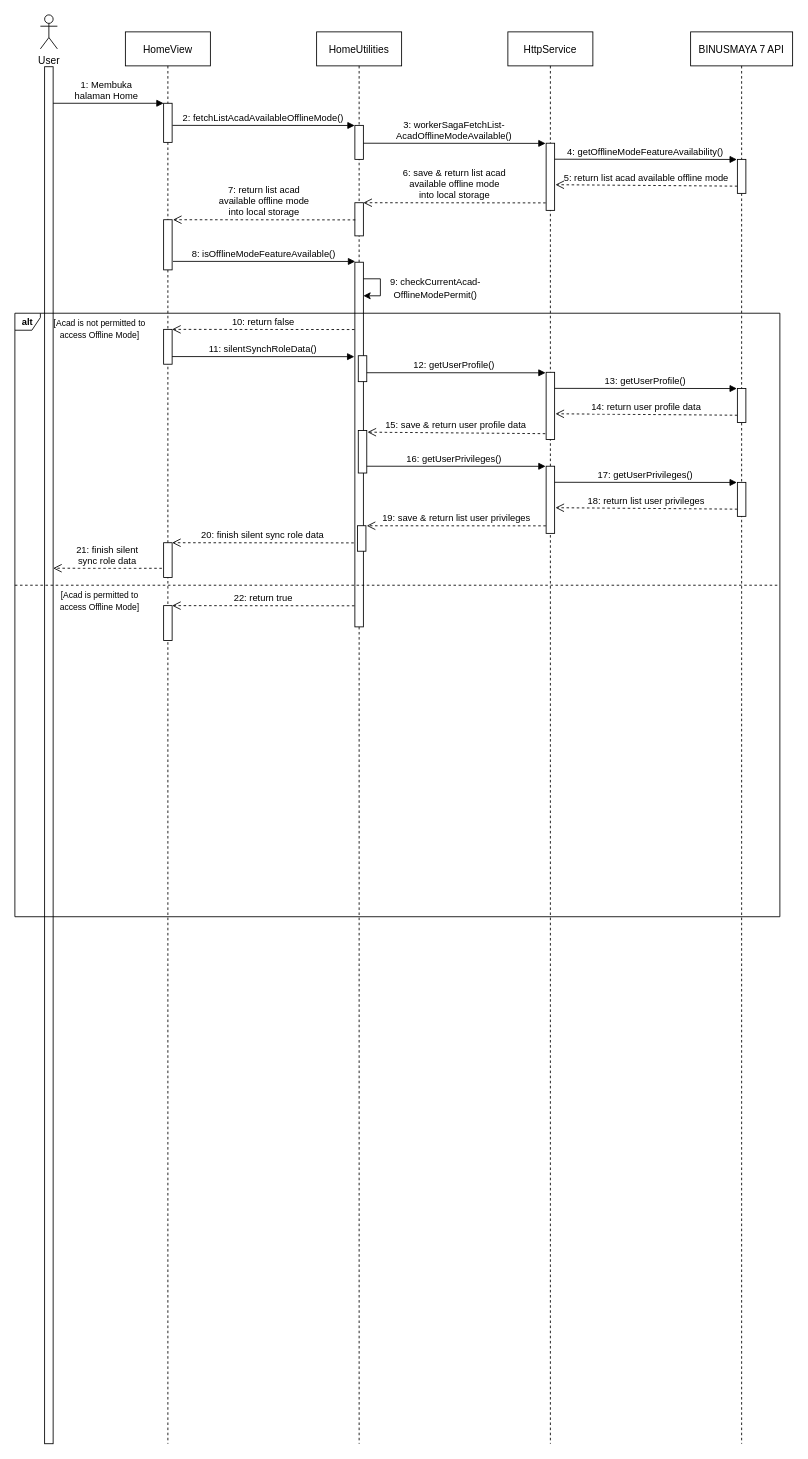
Earlier version of the draw.io diagram diagrams/sinkronisasi_data/Sequence Diagram.drawio (angeliawidjaja/offline-mode-paper). Source tidied: cells renumbered, new cells numbered last; positions are measured from the earlier drawing's top-left corner, leaving out a move shared by most shapes. Both pictures are drawn from the tidied source at 85%, with x=0, y=0 at pixel (14, 14).
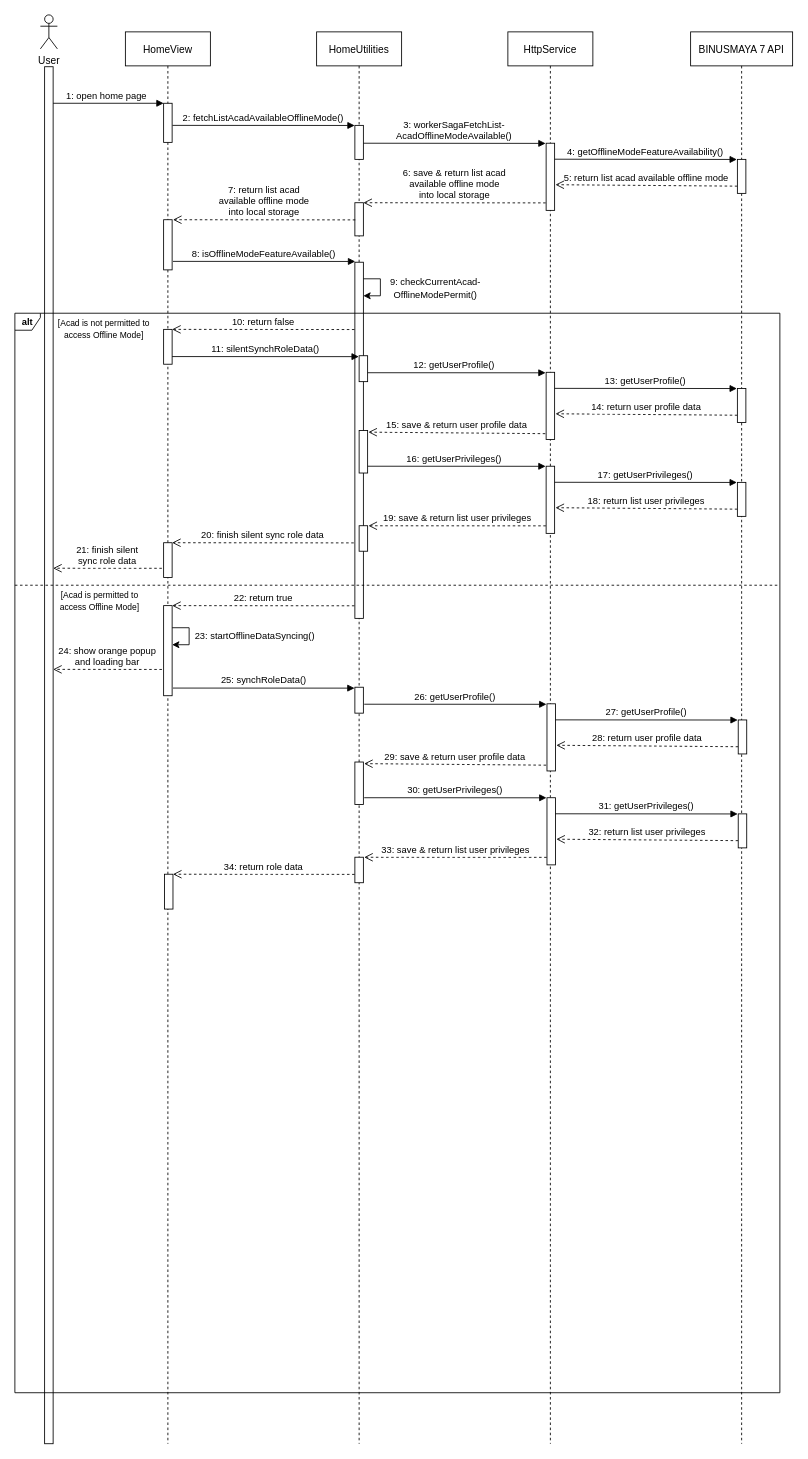
After the change.

The change refers to these unchanged cells:
```xml
<mxCell id="2" value="HomeView" style="shape=umlLifeline;perimeter=lifelinePerimeter;rounded=0;shadow=0;strokeWidth=1;" parent="1" vertex="1">
  <mxGeometry x="130" y="20" width="100" height="1661" as="geometry" />
</mxCell>
<mxCell id="6" value="HomeUtilities" style="shape=umlLifeline;perimeter=lifelinePerimeter;rounded=0;shadow=0;strokeWidth=1;" parent="1" vertex="1">
  <mxGeometry x="355" y="20" width="100" height="1661" as="geometry" />
</mxCell>
```

Diff of the diagram source:
```diff
@@
-    <mxCell id="4" value="1: Membuka&#10;halaman Home" style="verticalAlign=bottom;endArrow=block;shadow=0;strokeWidth=1;fontStyle=0;labelBorderColor=none;labelBackgroundColor=none;" parent="2" edge="1">
+    <mxCell id="4" value="1: open home page" style="verticalAlign=bottom;endArrow=block;shadow=0;strokeWidth=1;fontStyle=0;labelBorderColor=none;labelBackgroundColor=none;" parent="2" edge="1">
       <mxGeometry relative="1" as="geometry">
         <mxPoint x="-90" y="84" as="sourcePoint" />
         <mxPoint x="45" y="84" as="targetPoint" />
       </mxGeometry>
     </mxCell>
@@
     <mxCell id="10" style="perimeter=orthogonalPerimeter;rounded=0;shadow=0;strokeWidth=1;" parent="6" vertex="1">
-      <mxGeometry x="45" y="271" width="10" height="429" as="geometry" />
+      <mxGeometry x="45" y="271" width="10" height="419" as="geometry" />
     </mxCell>
@@
     <mxCell id="26" value="&lt;b&gt;alt&lt;/b&gt;" style="shape=umlFrame;whiteSpace=wrap;html=1;fontSize=11;width=30;height=20;fillColor=none;" parent="1" vertex="1">
-      <mxGeometry y="351" width="900" height="710" as="geometry" />
+      <mxGeometry y="351" width="900" height="1270" as="geometry" />
     </mxCell>
     <mxCell id="27" value="&lt;span style=&quot;font-size: 10px;&quot;&gt;[Acad is not permitted to access Offline Mode]&lt;/span&gt;" style="text;html=1;strokeColor=none;fillColor=none;align=center;verticalAlign=middle;whiteSpace=wrap;rounded=0;" parent="1" vertex="1">
-      <mxGeometry x="45" y="351" width="110" height="35.5" as="geometry" />
+      <mxGeometry x="50" y="351" width="110" height="35.5" as="geometry" />
     </mxCell>
@@
-    <mxCell id="30" value="11: silentSynchRoleData()" style="verticalAlign=bottom;endArrow=block;shadow=0;strokeWidth=1;fontStyle=0;labelBorderColor=none;labelBackgroundColor=none;entryX=-0.024;entryY=0.003;entryDx=0;entryDy=0;entryPerimeter=0;" parent="1" edge="1">
+    <mxCell id="30" value="11: silentSynchRoleData()" style="verticalAlign=bottom;endArrow=block;shadow=0;strokeWidth=1;fontStyle=0;labelBorderColor=none;labelBackgroundColor=none;entryX=-0.038;entryY=0.035;entryDx=0;entryDy=0;entryPerimeter=0;" parent="1" edge="1" target="51">
       <mxGeometry relative="1" as="geometry">
         <mxPoint x="185" y="402" as="sourcePoint" />
-        <mxPoint x="399.4" y="402.1" as="targetPoint" />
       </mxGeometry>
     </mxCell>
@@
     <mxCell id="43" style="points=[];perimeter=orthogonalPerimeter;rounded=0;shadow=0;strokeWidth=1;" parent="1" vertex="1">
-      <mxGeometry x="403" y="601" width="10" height="30" as="geometry" />
+      <mxGeometry x="405" y="601" width="10" height="30" as="geometry" />
     </mxCell>
@@
     <mxCell id="49" style="perimeter=orthogonalPerimeter;rounded=0;shadow=0;strokeWidth=1;" parent="1" vertex="1">
-      <mxGeometry x="175" y="695" width="10" height="41" as="geometry" />
+      <mxGeometry x="175" y="695" width="10" height="106" as="geometry" />
     </mxCell>
@@
     <mxCell id="51" style="points=[];perimeter=orthogonalPerimeter;rounded=0;shadow=0;strokeWidth=1;" parent="1" vertex="1">
-      <mxGeometry x="404" y="401" width="10" height="30.5" as="geometry" />
+      <mxGeometry x="405" y="401" width="10" height="30.5" as="geometry" />
     </mxCell>
     <mxCell id="52" style="points=[];perimeter=orthogonalPerimeter;rounded=0;shadow=0;strokeWidth=1;" parent="1" vertex="1">
-      <mxGeometry x="404" y="489" width="10" height="50" as="geometry" />
+      <mxGeometry x="405" y="489" width="10" height="50" as="geometry" />
     </mxCell>
+    <mxCell id="53" style="endArrow=classic;html=1;rounded=0;labelBackgroundColor=none;labelBorderColor=none;edgeStyle=elbowEdgeStyle;" parent="1" edge="1">
+      <mxGeometry x="-1" y="41" relative="1" as="geometry">
+        <mxPoint x="185" y="721" as="sourcePoint" />
+        <mxPoint x="185" y="741" as="targetPoint" />
+        <Array as="points">
+          <mxPoint x="205" y="731" />
+        </Array>
+        <mxPoint x="-40" y="31" as="offset" />
+      </mxGeometry>
+    </mxCell>
+    <mxCell id="54" value="&lt;span style=&quot;font-size: 11px;&quot;&gt;23:&amp;nbsp;startOfflineDataSyncing()&lt;/span&gt;" style="text;html=1;strokeColor=none;fillColor=none;align=center;verticalAlign=middle;whiteSpace=wrap;rounded=0;" parent="1" vertex="1">
+      <mxGeometry x="210" y="720.5" width="145" height="20" as="geometry" />
+    </mxCell>
+    <mxCell id="55" value="24: show orange popup &#10;and loading bar" style="verticalAlign=bottom;endArrow=open;dashed=1;endSize=8;exitX=-0.205;exitY=0.734;shadow=0;strokeWidth=1;entryX=1.103;entryY=0.554;entryDx=0;entryDy=0;entryPerimeter=0;exitDx=0;exitDy=0;exitPerimeter=0;fontStyle=0;labelBackgroundColor=none;" parent="1" edge="1">
+      <mxGeometry relative="1" as="geometry">
+        <mxPoint x="173" y="770.1" as="sourcePoint" />
+        <mxPoint x="45" y="770" as="targetPoint" />
+      </mxGeometry>
+    </mxCell>
+    <mxCell id="56" value="25: synchRoleData()" style="verticalAlign=bottom;endArrow=block;shadow=0;strokeWidth=1;fontStyle=0;labelBorderColor=none;labelBackgroundColor=none;entryX=-0.038;entryY=0.035;entryDx=0;entryDy=0;entryPerimeter=0;" parent="1" edge="1" target="72">
+      <mxGeometry relative="1" as="geometry">
+        <mxPoint x="186" y="792" as="sourcePoint" />
+      </mxGeometry>
+    </mxCell>
+    <mxCell id="57" value="26: getUserProfile()" style="verticalAlign=bottom;endArrow=block;shadow=0;strokeWidth=1;fontStyle=0;labelBorderColor=none;labelBackgroundColor=none;entryX=-0.024;entryY=0.003;entryDx=0;entryDy=0;entryPerimeter=0;" parent="1" edge="1">
+      <mxGeometry relative="1" as="geometry">
+        <mxPoint x="411" y="811" as="sourcePoint" />
+        <mxPoint x="625.4" y="811.1" as="targetPoint" />
+      </mxGeometry>
+    </mxCell>
+    <mxCell id="58" value="28: return user profile data" style="verticalAlign=bottom;endArrow=open;dashed=1;endSize=8;exitX=0;exitY=0.95;shadow=0;strokeWidth=1;entryX=1.103;entryY=0.554;entryDx=0;entryDy=0;entryPerimeter=0;" parent="1" edge="1">
+      <mxGeometry relative="1" as="geometry">
+        <mxPoint x="851" y="861" as="sourcePoint" />
+        <mxPoint x="637" y="859.3" as="targetPoint" />
+      </mxGeometry>
+    </mxCell>
+    <mxCell id="59" style="perimeter=orthogonalPerimeter;rounded=0;shadow=0;strokeWidth=1;" parent="1" vertex="1">
+      <mxGeometry x="626" y="810.5" width="10" height="79" as="geometry" />
+    </mxCell>
+    <mxCell id="60" style="perimeter=orthogonalPerimeter;rounded=0;shadow=0;strokeWidth=1;" parent="1" vertex="1">
+      <mxGeometry x="851" y="829.5" width="10" height="40" as="geometry" />
+    </mxCell>
+    <mxCell id="61" value="27: getUserProfile()" style="verticalAlign=bottom;endArrow=block;shadow=0;strokeWidth=1;fontStyle=0;labelBorderColor=none;labelBackgroundColor=none;entryX=-0.024;entryY=0.003;entryDx=0;entryDy=0;entryPerimeter=0;" parent="1" edge="1">
+      <mxGeometry relative="1" as="geometry">
+        <mxPoint x="636" y="829.4" as="sourcePoint" />
+        <mxPoint x="850.4" y="829.6" as="targetPoint" />
+      </mxGeometry>
+    </mxCell>
+    <mxCell id="62" value="29: save &amp; return user profile data" style="verticalAlign=bottom;endArrow=open;dashed=1;endSize=8;exitX=0;exitY=0.95;shadow=0;strokeWidth=1;entryX=1.086;entryY=0.038;entryDx=0;entryDy=0;entryPerimeter=0;" parent="1" edge="1" target="73">
+      <mxGeometry relative="1" as="geometry">
+        <mxPoint x="625" y="882.7" as="sourcePoint" />
+      </mxGeometry>
+    </mxCell>
+    <mxCell id="63" value="30: getUserPrivileges()" style="verticalAlign=bottom;endArrow=block;shadow=0;strokeWidth=1;fontStyle=0;labelBorderColor=none;labelBackgroundColor=none;entryX=-0.024;entryY=0.003;entryDx=0;entryDy=0;entryPerimeter=0;" parent="1" edge="1">
+      <mxGeometry relative="1" as="geometry">
+        <mxPoint x="411" y="921" as="sourcePoint" />
+        <mxPoint x="625.4" y="921.1" as="targetPoint" />
+      </mxGeometry>
+    </mxCell>
+    <mxCell id="64" value="32: return list user privileges" style="verticalAlign=bottom;endArrow=open;dashed=1;endSize=8;exitX=0;exitY=0.95;shadow=0;strokeWidth=1;entryX=1.103;entryY=0.554;entryDx=0;entryDy=0;entryPerimeter=0;" parent="1" edge="1">
+      <mxGeometry relative="1" as="geometry">
+        <mxPoint x="851" y="971.5" as="sourcePoint" />
+        <mxPoint x="637" y="969.8" as="targetPoint" />
+      </mxGeometry>
+    </mxCell>
+    <mxCell id="65" style="points=[];perimeter=orthogonalPerimeter;rounded=0;shadow=0;strokeWidth=1;" parent="1" vertex="1">
+      <mxGeometry x="626" y="921" width="10" height="79" as="geometry" />
+    </mxCell>
+    <mxCell id="66" style="perimeter=orthogonalPerimeter;rounded=0;shadow=0;strokeWidth=1;" parent="1" vertex="1">
+      <mxGeometry x="851" y="940" width="10" height="40" as="geometry" />
+    </mxCell>
+    <mxCell id="67" value="31: getUserPrivileges()" style="verticalAlign=bottom;endArrow=block;shadow=0;strokeWidth=1;fontStyle=0;labelBorderColor=none;labelBackgroundColor=none;entryX=-0.024;entryY=0.003;entryDx=0;entryDy=0;entryPerimeter=0;" parent="1" edge="1">
+      <mxGeometry relative="1" as="geometry">
+        <mxPoint x="636" y="939.9" as="sourcePoint" />
+        <mxPoint x="850.4" y="940.1" as="targetPoint" />
+      </mxGeometry>
+    </mxCell>
+    <mxCell id="68" value="33: save &amp; return list user privileges" style="verticalAlign=bottom;endArrow=open;dashed=1;endSize=8;exitX=-0.03;exitY=0.888;shadow=0;strokeWidth=1;exitDx=0;exitDy=0;exitPerimeter=0;entryX=1.097;entryY=0.002;entryDx=0;entryDy=0;entryPerimeter=0;" parent="1" edge="1" source="65" target="69">
+      <mxGeometry relative="1" as="geometry" />
+    </mxCell>
+    <mxCell id="69" style="points=[];perimeter=orthogonalPerimeter;rounded=0;shadow=0;strokeWidth=1;" parent="1" vertex="1">
+      <mxGeometry x="400" y="991" width="10" height="30" as="geometry" />
+    </mxCell>
+    <mxCell id="70" value="34: return role data" style="verticalAlign=bottom;endArrow=open;dashed=1;endSize=8;exitX=-0.03;exitY=0.888;shadow=0;strokeWidth=1;entryX=1.103;entryY=0.554;entryDx=0;entryDy=0;entryPerimeter=0;exitDx=0;exitDy=0;exitPerimeter=0;" parent="1" edge="1">
+      <mxGeometry relative="1" as="geometry">
+        <mxPoint x="399.7" y="1011.2" as="sourcePoint" />
+        <mxPoint x="186" y="1011" as="targetPoint" />
+      </mxGeometry>
+    </mxCell>
+    <mxCell id="71" style="perimeter=orthogonalPerimeter;rounded=0;shadow=0;strokeWidth=1;" parent="1" vertex="1">
+      <mxGeometry x="176" y="1011" width="10" height="41" as="geometry" />
+    </mxCell>
+    <mxCell id="72" style="points=[];perimeter=orthogonalPerimeter;rounded=0;shadow=0;strokeWidth=1;" parent="1" vertex="1">
+      <mxGeometry x="400" y="791" width="10" height="30.5" as="geometry" />
+    </mxCell>
+    <mxCell id="73" style="points=[];perimeter=orthogonalPerimeter;rounded=0;shadow=0;strokeWidth=1;" parent="1" vertex="1">
+      <mxGeometry x="400" y="879" width="10" height="50" as="geometry" />
+    </mxCell>
```
